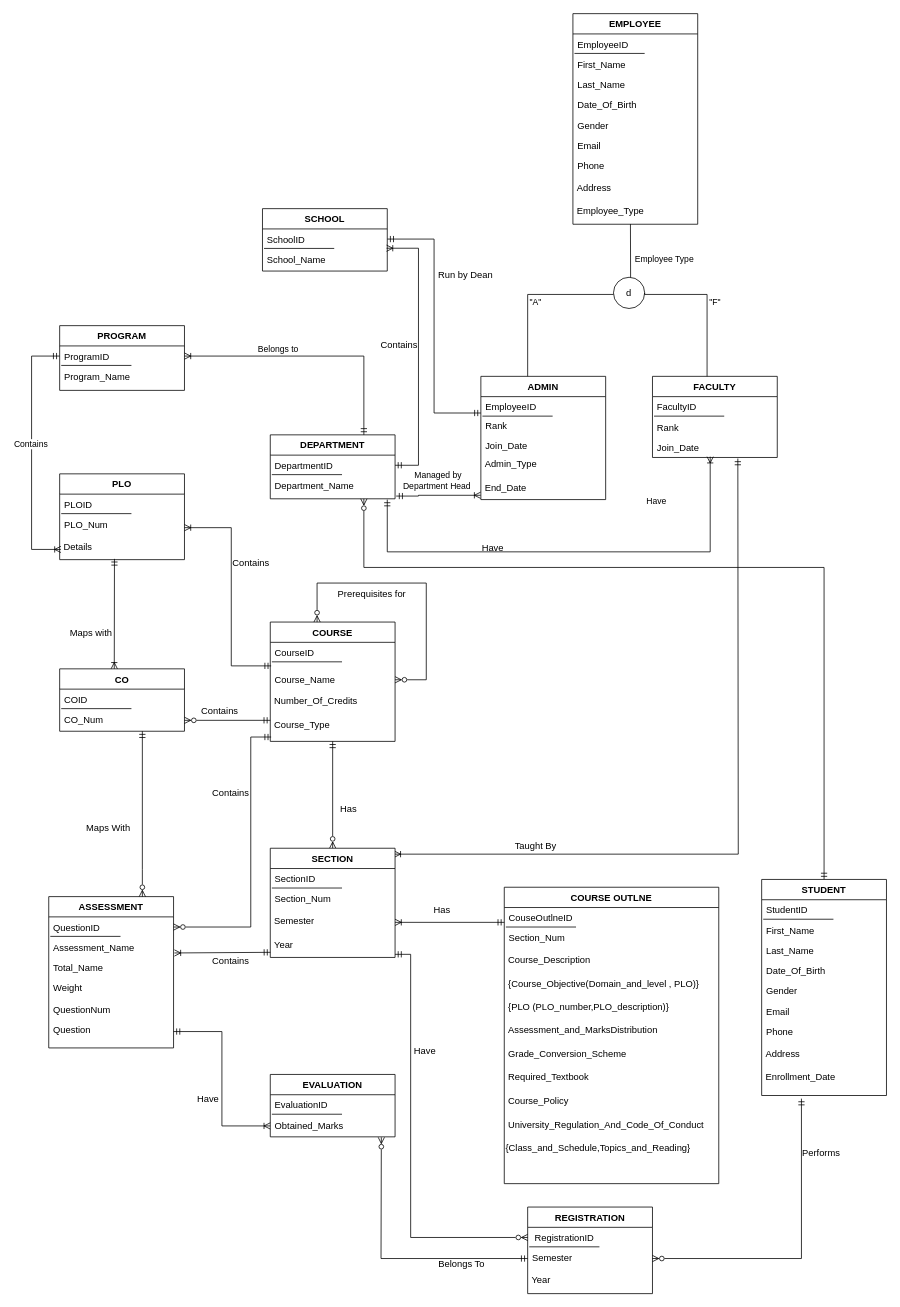
Above: Documentation/EERD.drawio in injamam00155/CSE303-sec-04-Group-03 (draw.io), before the change. Source tidied: cells renumbered, new cells numbered last; positions are measured from the earlier drawing's top-left corner, leaving out a move shared by most shapes. Both pictures are drawn from the tidied source at 78%, with x=0, y=0 at pixel (5, 13).
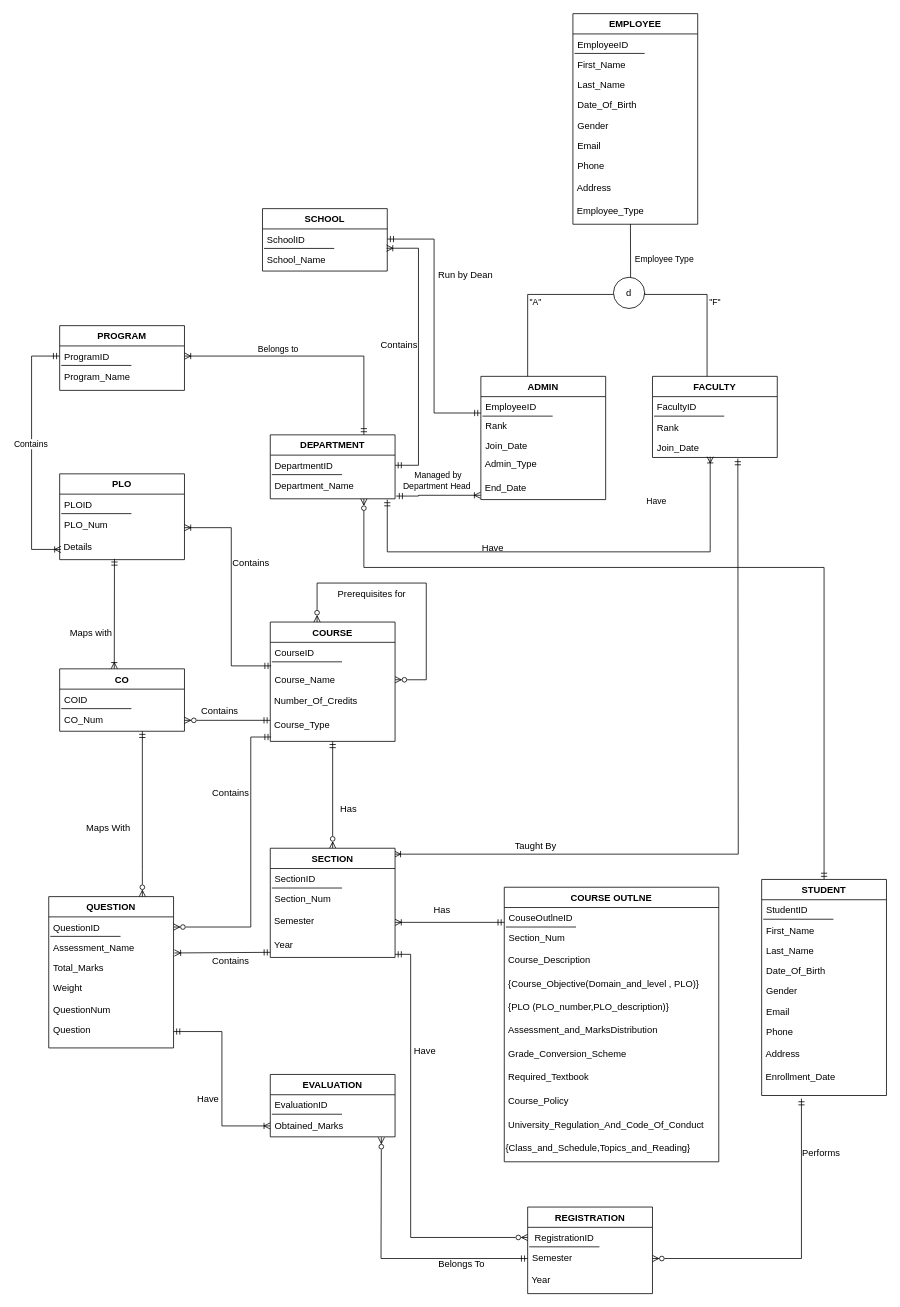
The same page after the edit.

Change to the diagram source:
```diff
@@
-    <mxCell id="88" value="ASSESSMENT" style="swimlane;fontStyle=1;align=center;verticalAlign=top;horizontal=1;startSize=26;rounded=0;shadow=0;strokeWidth=1;" parent="1" vertex="1">
+    <mxCell id="88" value="QUESTION" style="swimlane;fontStyle=1;align=center;verticalAlign=top;horizontal=1;startSize=26;rounded=0;shadow=0;strokeWidth=1;" parent="1" vertex="1">
       <mxGeometry x="56" y="1132" width="160" height="194" as="geometry" />
     </mxCell>
@@
-    <mxCell id="92" value="Total_Name" style="text;align=left;verticalAlign=top;spacingLeft=4;spacingRight=4;overflow=hidden;rounded=0;shadow=0;html=0;" parent="88" vertex="1">
+    <mxCell id="92" value="Total_Marks" style="text;align=left;verticalAlign=top;spacingLeft=4;spacingRight=4;overflow=hidden;rounded=0;shadow=0;html=0;" parent="88" vertex="1">
       <mxGeometry y="78" width="160" height="26" as="geometry" />
     </mxCell>
@@
     <mxCell id="131" value="COURSE OUTLNE" style="swimlane;fontStyle=1;align=center;verticalAlign=top;horizontal=1;startSize=26;rounded=0;shadow=0;strokeWidth=1;" parent="1" vertex="1">
-      <mxGeometry x="640" y="1120" width="275" height="380" as="geometry" />
+      <mxGeometry x="640" y="1120" width="275" height="352" as="geometry" />
     </mxCell>
```
